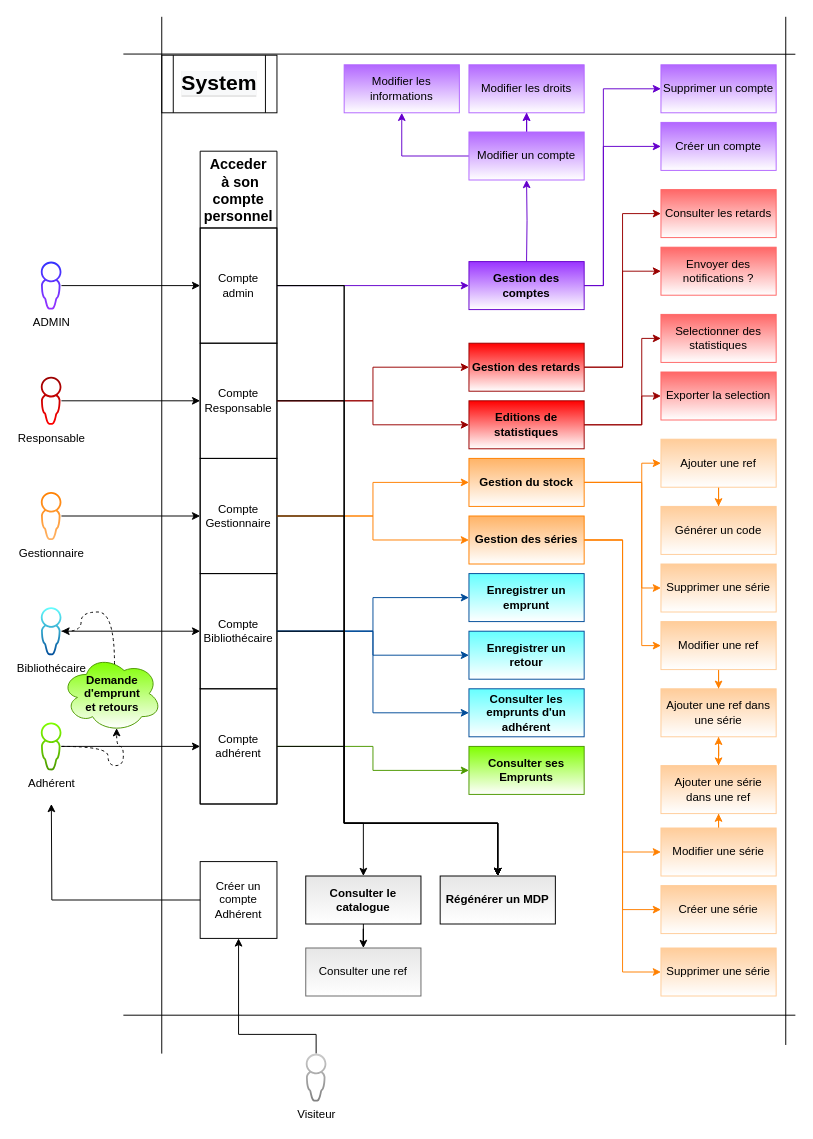
Earlier version of the draw.io diagram UML/2 Diagram fonctionnel.drawio (U-Louis/BDTK). Source tidied: cells renumbered, new cells numbered last; positions are measured from the earlier drawing's top-left corner, leaving out a move shared by most shapes. Both pictures are drawn from the tidied source at 96%, with x=0, y=0 at pixel (40, 16).
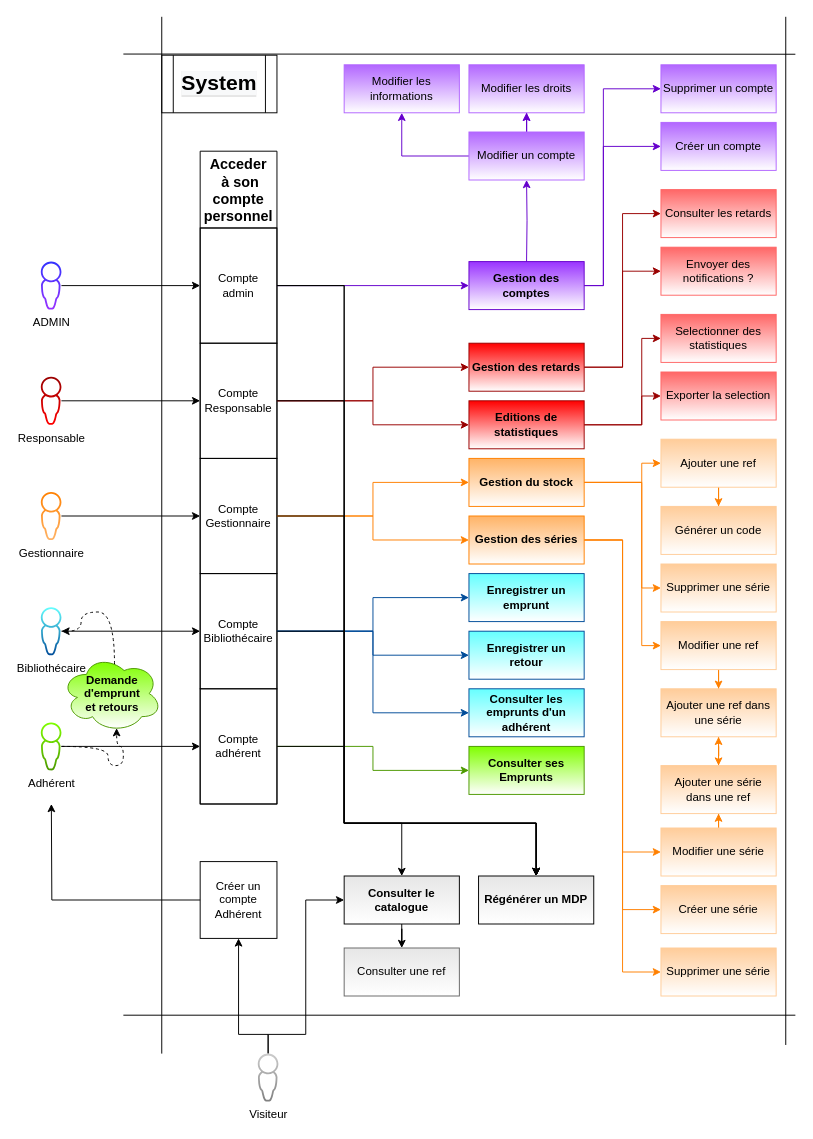
The same page after the edit.

Unchanged cells that the change refers to:
```xml
<mxCell id="21" value="Compte admin" style="rounded=0;whiteSpace=wrap;html=1;fillColor=none;gradientColor=none;" parent="20" vertex="1">
  <mxGeometry y="80" width="80" height="120" as="geometry" />
</mxCell>
<mxCell id="22" value="Compte Responsable" style="rounded=0;whiteSpace=wrap;html=1;fillColor=none;gradientColor=none;" parent="20" vertex="1">
  <mxGeometry y="200" width="80" height="120" as="geometry" />
</mxCell>
<mxCell id="23" value="Compte Gestionnaire" style="rounded=0;whiteSpace=wrap;html=1;fillColor=none;gradientColor=none;" parent="20" vertex="1">
  <mxGeometry y="320" width="80" height="120" as="geometry" />
</mxCell>
<mxCell id="24" value="Compte Bibliothécaire" style="rounded=0;whiteSpace=wrap;html=1;fillColor=none;gradientColor=none;" parent="20" vertex="1">
  <mxGeometry y="440" width="80" height="120" as="geometry" />
</mxCell>
<mxCell id="25" value="Compte adhérent" style="rounded=0;whiteSpace=wrap;html=1;fillColor=none;gradientColor=none;" parent="20" vertex="1">
  <mxGeometry y="560" width="80" height="120" as="geometry" />
</mxCell>
<mxCell id="27" value="Créer un compte Adhérent" style="rounded=0;whiteSpace=wrap;html=1;fillColor=none;gradientColor=none;" parent="1" vertex="1">
  <mxGeometry x="166" y="880" width="80" height="80" as="geometry" />
</mxCell>
```

What changed in the source:
```diff
@@
     <mxCell id="14" style="edgeStyle=orthogonalEdgeStyle;rounded=0;jettySize=auto;html=1;entryX=0.5;entryY=1;entryDx=0;entryDy=0;fontSize=15;startArrow=none;startFill=0;" parent="1" edge="1" source="15" target="27">
       <mxGeometry relative="1" as="geometry">
         <Array as="points">
-          <mxPoint x="287" y="1060" />
+          <mxPoint x="237" y="1060" />
           <mxPoint x="206" y="1060" />
         </Array>
       </mxGeometry>
     </mxCell>
+    <mxCell id="98" style="edgeStyle=orthogonalEdgeStyle;rounded=0;jettySize=auto;html=1;entryX=0;entryY=0.5;entryDx=0;entryDy=0;" parent="1" edge="1" source="15" target="95">
+      <mxGeometry relative="1" as="geometry">
+        <Array as="points">
+          <mxPoint x="237" y="1060" />
+          <mxPoint x="276" y="1060" />
+          <mxPoint x="276" y="920" />
+        </Array>
+      </mxGeometry>
+    </mxCell>
     <mxCell id="15" value="Visiteur" style="shadow=0;dashed=0;html=1;strokeColor=none;labelPosition=center;verticalLabelPosition=bottom;verticalAlign=top;align=center;outlineConnect=0;shape=mxgraph.vvd.administrator;fillColor=#CCCCCC;gradientColor=#808080;" parent="1" vertex="1">
-      <mxGeometry x="276" y="1080" width="21.5" height="50" as="geometry" />
+      <mxGeometry x="226" y="1080" width="21.5" height="50" as="geometry" />
     </mxCell>
@@
     <mxCell id="86" value="&lt;b&gt;Régénérer un MDP&lt;/b&gt;" style="rounded=0;whiteSpace=wrap;html=1;gradientColor=#ffffff;fillColor=#E6E6E6;" parent="1" vertex="1">
-      <mxGeometry x="416" y="895" width="120" height="50" as="geometry" />
+      <mxGeometry x="456" y="895" width="120" height="50" as="geometry" />
     </mxCell>
@@
     <mxCell id="89" style="edgeStyle=orthogonalEdgeStyle;rounded=0;jettySize=auto;html=1;entryX=0.5;entryY=0;entryDx=0;entryDy=0;" parent="1" edge="1" source="21" target="86">
       <mxGeometry relative="1" as="geometry">
         <Array as="points">
           <mxPoint x="316" y="280" />
           <mxPoint x="316" y="840" />
-          <mxPoint x="476" y="840" />
+          <mxPoint x="516" y="840" />
         </Array>
       </mxGeometry>
     </mxCell>
     <mxCell id="90" style="edgeStyle=orthogonalEdgeStyle;rounded=0;jettySize=auto;html=1;entryX=0.5;entryY=0;entryDx=0;entryDy=0;" parent="1" edge="1" source="22" target="86">
       <mxGeometry relative="1" as="geometry">
         <Array as="points">
           <mxPoint x="316" y="400" />
           <mxPoint x="316" y="840" />
-          <mxPoint x="476" y="840" />
+          <mxPoint x="516" y="840" />
         </Array>
       </mxGeometry>
     </mxCell>
     <mxCell id="91" style="edgeStyle=orthogonalEdgeStyle;rounded=0;jettySize=auto;html=1;entryX=0.5;entryY=0;entryDx=0;entryDy=0;" parent="1" edge="1" source="23" target="86">
       <mxGeometry relative="1" as="geometry">
         <Array as="points">
           <mxPoint x="316" y="520" />
           <mxPoint x="316" y="840" />
-          <mxPoint x="476" y="840" />
+          <mxPoint x="516" y="840" />
         </Array>
       </mxGeometry>
     </mxCell>
     <mxCell id="92" style="edgeStyle=orthogonalEdgeStyle;rounded=0;jettySize=auto;html=1;entryX=0.5;entryY=0;entryDx=0;entryDy=0;" parent="1" edge="1" source="24" target="86">
       <mxGeometry relative="1" as="geometry">
         <Array as="points">
           <mxPoint x="316" y="640" />
           <mxPoint x="316" y="840" />
-          <mxPoint x="476" y="840" />
+          <mxPoint x="516" y="840" />
         </Array>
       </mxGeometry>
     </mxCell>
     <mxCell id="93" style="edgeStyle=orthogonalEdgeStyle;rounded=0;jettySize=auto;html=1;entryX=0.5;entryY=0;entryDx=0;entryDy=0;" parent="1" edge="1" source="25" target="86">
       <mxGeometry relative="1" as="geometry">
         <Array as="points">
           <mxPoint x="316" y="760" />
           <mxPoint x="316" y="840" />
-          <mxPoint x="476" y="840" />
+          <mxPoint x="516" y="840" />
         </Array>
       </mxGeometry>
     </mxCell>
@@
     <mxCell id="95" value="&lt;b&gt;Consulter le catalogue&lt;/b&gt;" style="rounded=0;whiteSpace=wrap;html=1;gradientColor=#ffffff;fillColor=#E6E6E6;" parent="1" vertex="1">
-      <mxGeometry x="276" y="895" width="120" height="50" as="geometry" />
+      <mxGeometry x="316" y="895" width="120" height="50" as="geometry" />
     </mxCell>
     <mxCell id="96" style="edgeStyle=orthogonalEdgeStyle;rounded=0;jettySize=auto;html=1;entryX=0.5;entryY=0;entryDx=0;entryDy=0;strokeColor=#000000;" parent="1" edge="1" source="21" target="95">
       <mxGeometry relative="1" as="geometry">
         <Array as="points">
           <mxPoint x="316" y="280" />
           <mxPoint x="316" y="840" />
-          <mxPoint x="336" y="840" />
+          <mxPoint x="376" y="840" />
         </Array>
       </mxGeometry>
     </mxCell>
     <mxCell id="97" value="&lt;span&gt;Consulter une ref&lt;/span&gt;" style="rounded=0;whiteSpace=wrap;html=1;gradientColor=#ffffff;fillColor=#E6E6E6;strokeColor=#666666;fontStyle=0;" parent="1" vertex="1">
-      <mxGeometry x="276" y="970" width="120" height="50" as="geometry" />
+      <mxGeometry x="316" y="970" width="120" height="50" as="geometry" />
     </mxCell>
```
